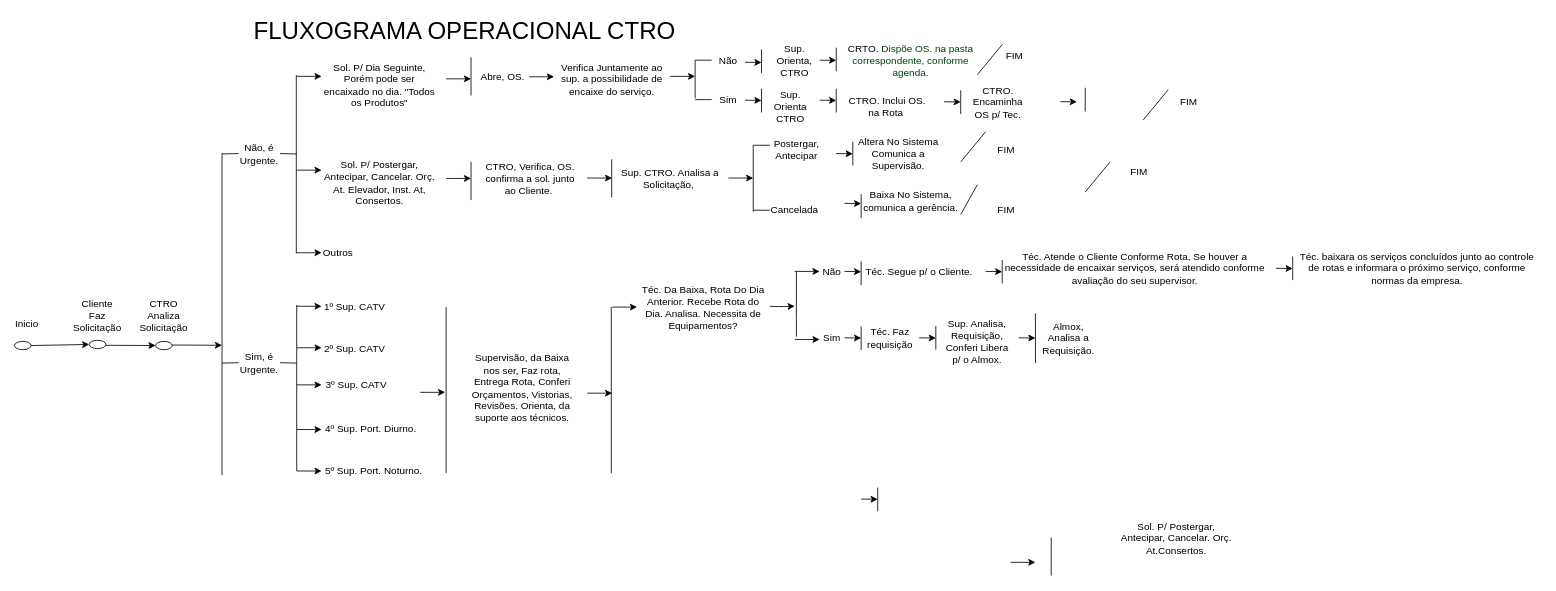
Above: page "Page-1" (1 of 4) of Untitled Diagram.drawio in policond/teste (draw.io), before the change. Source tidied: cells renumbered, new cells numbered last; positions are measured from the earlier drawing's top-left corner, leaving out a move shared by most shapes. Both pictures are drawn from the tidied source at 83%, with x=0, y=0 at pixel (14, 14).
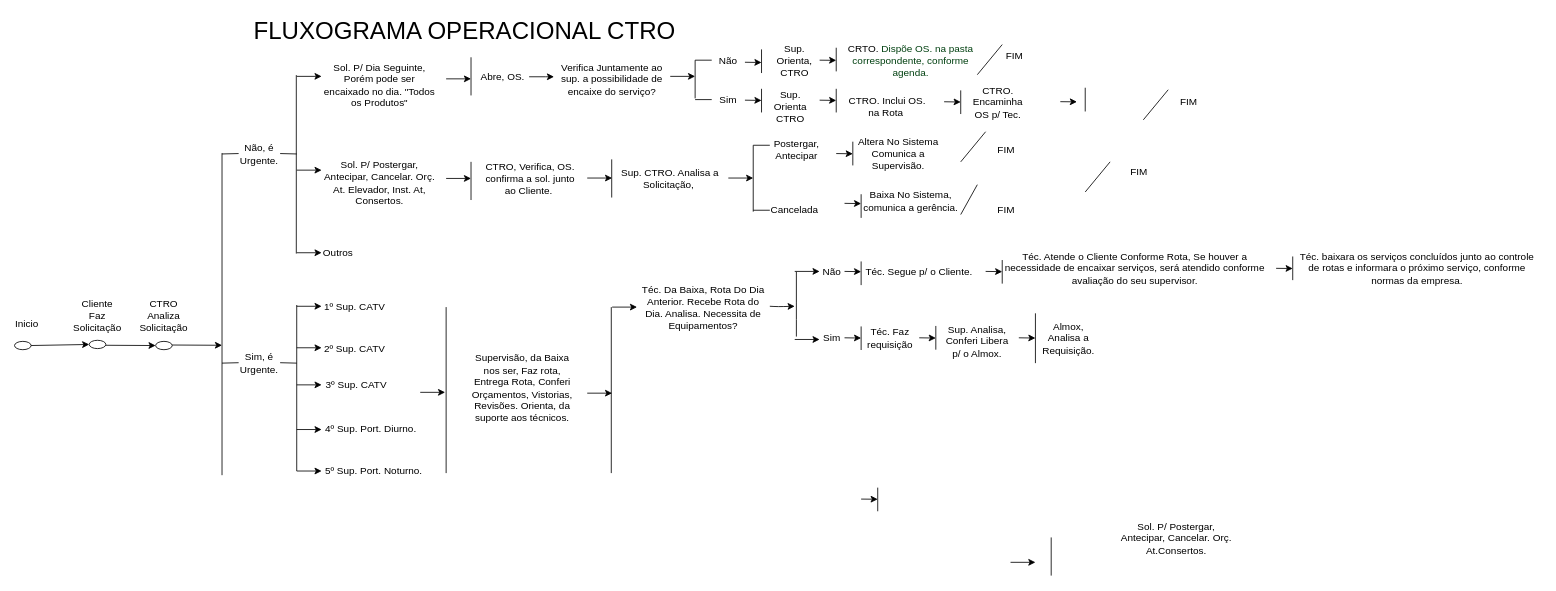
After the change.

What changed in the source:
```diff
@@
-    <mxCell id="24" value="Verifica Juntamente ao sup. a possibilidade de encaixe do serviço." style="text;html=1;strokeColor=none;fillColor=none;align=center;verticalAlign=middle;whiteSpace=wrap;rounded=0;" parent="1" vertex="1">
+    <mxCell id="24" value="Verifica Juntamente ao sup. a possibilidade de encaixe do serviço?" style="text;html=1;strokeColor=none;fillColor=none;align=center;verticalAlign=middle;whiteSpace=wrap;rounded=0;" parent="1" vertex="1">
       <mxGeometry x="650" y="55" width="140" height="45" as="geometry" />
     </mxCell>
@@
-    <mxCell id="125" value="Sup. Analisa, Requisição, Conferi Libera p/ o Almox." style="text;html=1;strokeColor=none;fillColor=none;align=center;verticalAlign=middle;whiteSpace=wrap;rounded=0;" parent="1" vertex="1">
+    <mxCell id="125" value="Sup. Analisa, Conferi Libera p/ o Almox." style="text;html=1;strokeColor=none;fillColor=none;align=center;verticalAlign=middle;whiteSpace=wrap;rounded=0;" parent="1" vertex="1">
       <mxGeometry x="1120" y="372.5" width="80" height="42.5" as="geometry" />
     </mxCell>
```
